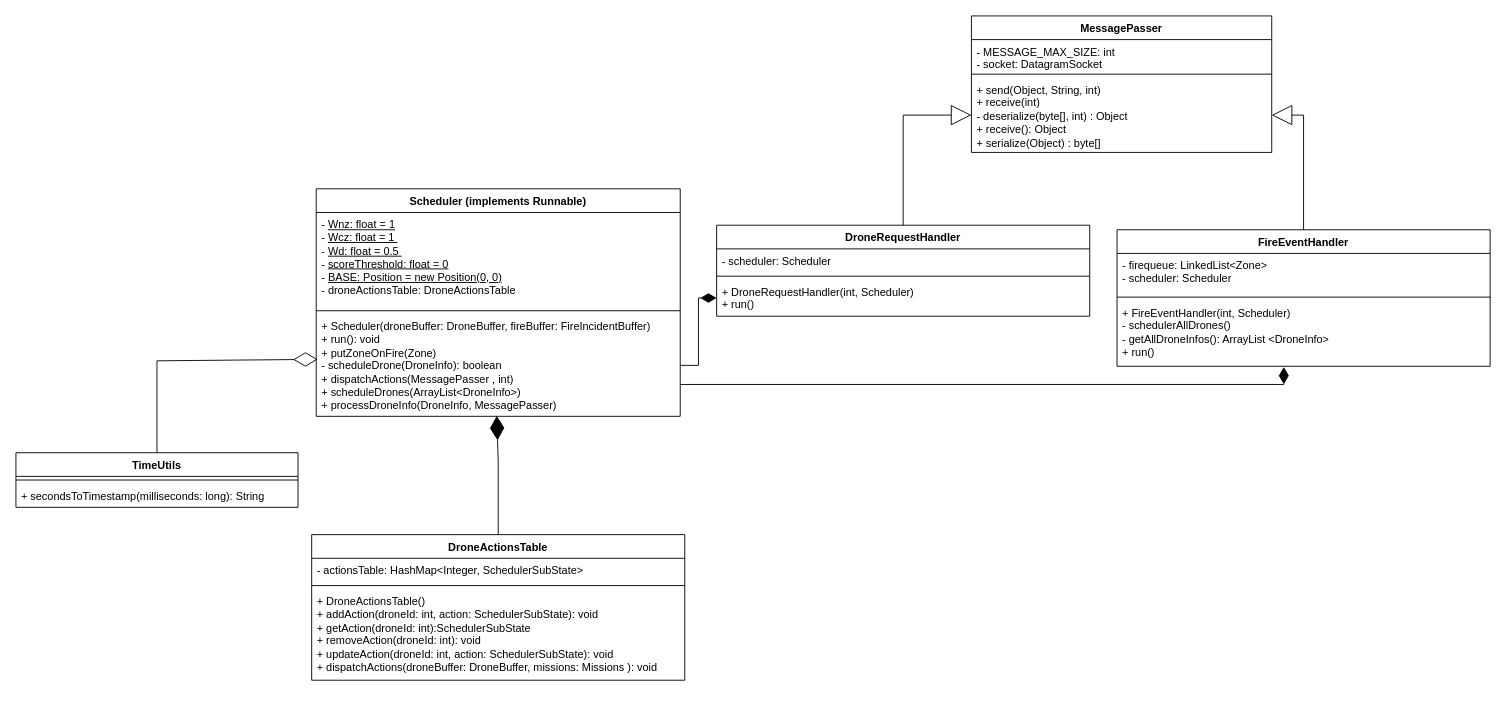
The draw.io diagram docs/UML_Class_Diagram_SchedulerSubsystem.drawio in hubertdang/fire-drone-swarm, before the edit. Source tidied: cells renumbered, new cells numbered last; positions are measured from the earlier drawing's top-left corner, leaving out a move shared by most shapes. Both pictures are drawn from the tidied source at 91%, with x=0, y=0 at pixel (15, 15).
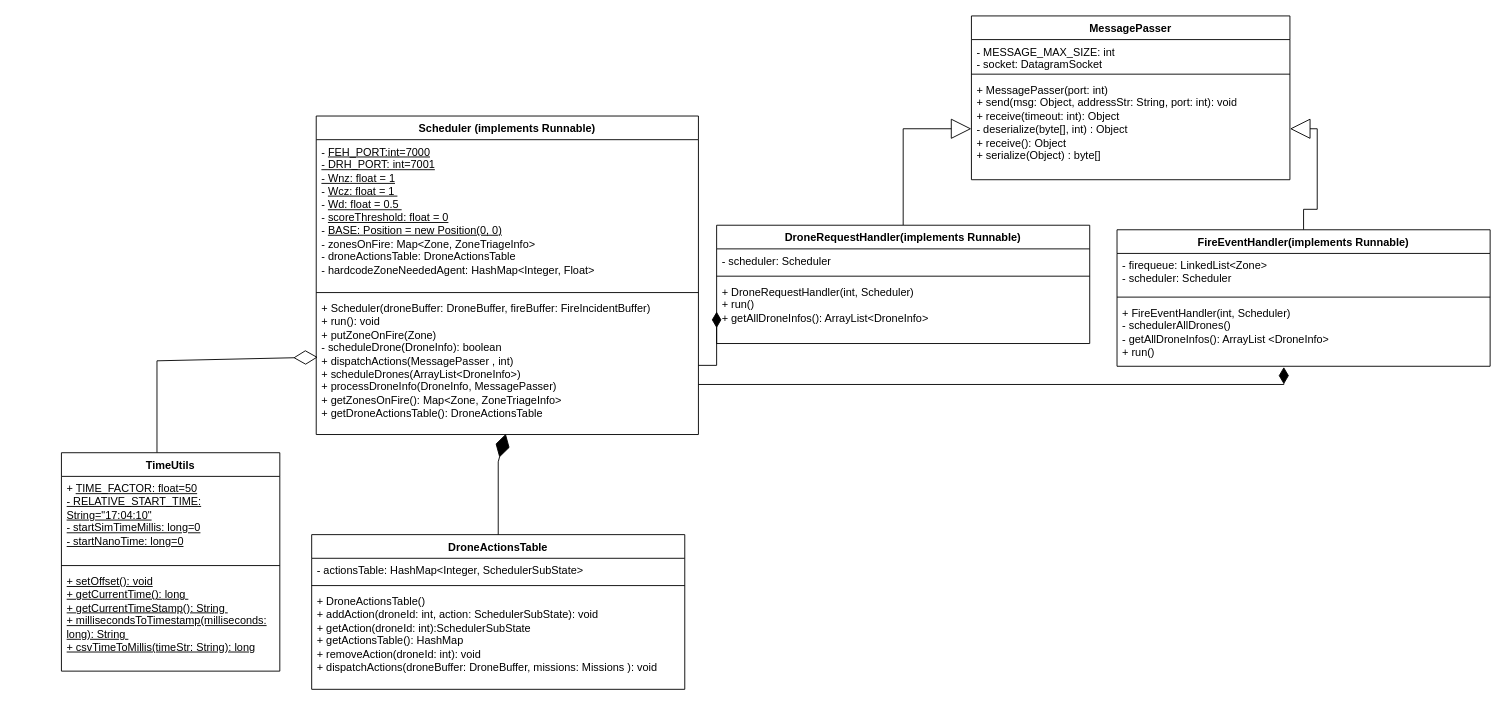
Above is the later version.

Change to the diagram source:
```diff
@@
     <mxCell id="2" value="Scheduler (implements Runnable)" style="swimlane;fontStyle=1;align=center;verticalAlign=top;horizontal=1;startSize=26;whiteSpace=wrap;html=1;" parent="1" vertex="1">
-      <mxGeometry x="330" y="190" width="400" height="250" as="geometry" />
+      <mxGeometry x="330" y="110" width="420" height="350" as="geometry" />
     </mxCell>
-    <mxCell id="3" value="&lt;div&gt;- &lt;u&gt;Wnz: float = 1&lt;/u&gt;&amp;nbsp;&lt;/div&gt;&lt;div&gt;- &lt;u&gt;Wcz: float = 1&amp;nbsp;&lt;/u&gt;&lt;/div&gt;&lt;div&gt;- &lt;u&gt;Wd: float = 0.5&amp;nbsp;&lt;/u&gt;&lt;/div&gt;&lt;div&gt;- &lt;u&gt;scoreThreshold: float = 0&lt;/u&gt;&lt;/div&gt;&lt;div&gt;&lt;span style=&quot;background-color: transparent; color: light-dark(rgb(0, 0, 0), rgb(255, 255, 255));&quot;&gt;- &lt;u&gt;BASE:&amp;nbsp;&lt;/u&gt;&lt;/span&gt;&lt;u style=&quot;background-color: transparent; color: light-dark(rgb(0, 0, 0), rgb(255, 255, 255));&quot;&gt;Position&lt;/u&gt;&lt;u style=&quot;background-color: transparent; color: light-dark(rgb(0, 0, 0), rgb(255, 255, 255));&quot;&gt;&amp;nbsp;= new Position(0, 0)&lt;/u&gt;&lt;/div&gt;&lt;div&gt;- droneActionsTable:&amp;nbsp;&lt;span style=&quot;background-color: transparent; color: light-dark(rgb(0, 0, 0), rgb(255, 255, 255));&quot;&gt;DroneActionsTable&lt;/span&gt;&lt;span style=&quot;background-color: transparent; color: light-dark(rgb(0, 0, 0), rgb(255, 255, 255));&quot;&gt;&amp;nbsp;&lt;/span&gt;&lt;/div&gt;&lt;div&gt;&lt;br&gt;&lt;/div&gt;" style="text;strokeColor=none;fillColor=none;align=left;verticalAlign=top;spacingLeft=4;spacingRight=4;overflow=hidden;whiteSpace=wrap;html=1;" parent="2" vertex="1">
-      <mxGeometry y="26" width="400" height="104" as="geometry" />
+    <mxCell id="3" value="&lt;div&gt;- &lt;u&gt;FEH_PORT:int=7000&lt;/u&gt;&lt;/div&gt;&lt;div&gt;&lt;u&gt;- DRH_PORT: int=7001&lt;/u&gt;&lt;/div&gt;&lt;div&gt;&lt;u&gt;- Wnz: float = 1&lt;/u&gt;&amp;nbsp;&lt;/div&gt;&lt;div&gt;- &lt;u&gt;Wcz: float = 1&amp;nbsp;&lt;/u&gt;&lt;/div&gt;&lt;div&gt;- &lt;u&gt;Wd: float = 0.5&amp;nbsp;&lt;/u&gt;&lt;/div&gt;&lt;div&gt;- &lt;u&gt;scoreThreshold: float = 0&lt;/u&gt;&lt;/div&gt;&lt;div&gt;&lt;span style=&quot;background-color: transparent; color: light-dark(rgb(0, 0, 0), rgb(255, 255, 255));&quot;&gt;- &lt;u&gt;BASE:&amp;nbsp;&lt;/u&gt;&lt;/span&gt;&lt;u style=&quot;background-color: transparent; color: light-dark(rgb(0, 0, 0), rgb(255, 255, 255));&quot;&gt;Position&lt;/u&gt;&lt;u style=&quot;background-color: transparent; color: light-dark(rgb(0, 0, 0), rgb(255, 255, 255));&quot;&gt;&amp;nbsp;= new Position(0, 0)&lt;/u&gt;&lt;/div&gt;&lt;div&gt;- zonesOnFire: Map&amp;lt;Zone, ZoneTriageInfo&amp;gt;&lt;/div&gt;&lt;div&gt;- droneActionsTable:&amp;nbsp;&lt;span style=&quot;background-color: transparent; color: light-dark(rgb(0, 0, 0), rgb(255, 255, 255));&quot;&gt;DroneActionsTable&lt;/span&gt;&lt;/div&gt;&lt;div&gt;&lt;span style=&quot;background-color: transparent; color: light-dark(rgb(0, 0, 0), rgb(255, 255, 255));&quot;&gt;- hardcodeZoneNeededAgent: HashMap&amp;lt;Integer, Float&amp;gt;&amp;nbsp;&lt;/span&gt;&lt;/div&gt;&lt;div&gt;&lt;br&gt;&lt;/div&gt;" style="text;strokeColor=none;fillColor=none;align=left;verticalAlign=top;spacingLeft=4;spacingRight=4;overflow=hidden;whiteSpace=wrap;html=1;" parent="2" vertex="1">
+      <mxGeometry y="26" width="420" height="164" as="geometry" />
     </mxCell>
     <mxCell id="4" style="line;strokeWidth=1;fillColor=none;align=left;verticalAlign=middle;spacingTop=-1;spacingLeft=3;spacingRight=3;labelPosition=right;strokeColor=inherit;" parent="2" vertex="1">
-      <mxGeometry y="130" width="400" height="8" as="geometry" />
+      <mxGeometry y="190" width="420" height="8" as="geometry" />
     </mxCell>
-    <mxCell id="5" value="+ Scheduler(droneBuffer: DroneBuffer, fireBuffer: FireIncidentBuffer)&lt;div&gt;+ run(): void&lt;/div&gt;&lt;div&gt;+ putZoneOnFire(Zone)&lt;/div&gt;&lt;div&gt;- scheduleDrone(DroneInfo): boolean&lt;/div&gt;&lt;div&gt;+ dispatchActions(MessagePasser , int)&lt;/div&gt;&lt;div&gt;+ scheduleDrones(ArrayList&amp;lt;DroneInfo&amp;gt;)&lt;/div&gt;&lt;div&gt;+ processDroneInfo(DroneInfo, MessagePasser)&lt;/div&gt;&lt;div&gt;&lt;br&gt;&lt;/div&gt;" style="text;strokeColor=none;fillColor=none;align=left;verticalAlign=top;spacingLeft=4;spacingRight=4;overflow=hidden;points=[[0,0.5],[1,0.5]];portConstraint=eastwest;whiteSpace=wrap;html=1;" parent="2" vertex="1">
-      <mxGeometry y="138" width="400" height="112" as="geometry" />
+    <mxCell id="5" value="+ Scheduler(droneBuffer: DroneBuffer, fireBuffer: FireIncidentBuffer)&lt;div&gt;+ run(): void&lt;/div&gt;&lt;div&gt;+ putZoneOnFire(Zone)&lt;/div&gt;&lt;div&gt;- scheduleDrone(DroneInfo): boolean&lt;/div&gt;&lt;div&gt;+ dispatchActions(MessagePasser , int)&lt;/div&gt;&lt;div&gt;+ scheduleDrones(ArrayList&amp;lt;DroneInfo&amp;gt;)&lt;/div&gt;&lt;div&gt;+ processDroneInfo(DroneInfo, MessagePasser)&lt;/div&gt;&lt;div&gt;+ getZonesOnFire(): Map&amp;lt;Zone, ZoneTriageInfo&amp;gt;&lt;/div&gt;&lt;div&gt;+ getDroneActionsTable(): DroneActionsTable&lt;/div&gt;&lt;div&gt;&lt;br&gt;&lt;/div&gt;" style="text;strokeColor=none;fillColor=none;align=left;verticalAlign=top;spacingLeft=4;spacingRight=4;overflow=hidden;points=[[0,0.5],[1,0.5]];portConstraint=eastwest;whiteSpace=wrap;html=1;" parent="2" vertex="1">
+      <mxGeometry y="198" width="420" height="152" as="geometry" />
     </mxCell>
     <mxCell id="6" value="DroneActionsTable" style="swimlane;fontStyle=1;align=center;verticalAlign=top;horizontal=1;startSize=26;whiteSpace=wrap;html=1;" parent="1" vertex="1">
-      <mxGeometry x="325" y="570" width="410" height="160" as="geometry" />
+      <mxGeometry x="325" y="570" width="410" height="170" as="geometry" />
     </mxCell>
@@
-    <mxCell id="9" value="+ DroneActionsTable()&lt;div&gt;+ addAction(droneId: int, action:&amp;nbsp;&lt;span style=&quot;background-color: transparent; color: light-dark(rgb(0, 0, 0), rgb(255, 255, 255));&quot;&gt;SchedulerSubState&lt;/span&gt;&lt;span style=&quot;background-color: transparent; color: light-dark(rgb(0, 0, 0), rgb(255, 255, 255));&quot;&gt;):&amp;nbsp;&lt;/span&gt;&lt;span style=&quot;background-color: transparent; color: light-dark(rgb(0, 0, 0), rgb(255, 255, 255));&quot;&gt;void&lt;/span&gt;&lt;span style=&quot;background-color: transparent; color: light-dark(rgb(0, 0, 0), rgb(255, 255, 255));&quot;&gt;&amp;nbsp;&lt;/span&gt;&lt;/div&gt;&lt;div&gt;&lt;span style=&quot;background-color: transparent;&quot;&gt;+ getAction(droneId: int):&lt;/span&gt;&lt;span style=&quot;background-color: transparent; color: light-dark(rgb(0, 0, 0), rgb(255, 255, 255));&quot;&gt;SchedulerSubState&lt;/span&gt;&lt;/div&gt;&lt;div&gt;&lt;span style=&quot;background-color: transparent;&quot;&gt;+ removeAction(droneId: int): void&lt;/span&gt;&lt;/div&gt;&lt;div&gt;&lt;span style=&quot;background-color: transparent;&quot;&gt;+ updateAction(droneId: int, action:&amp;nbsp;&lt;/span&gt;&lt;span style=&quot;background-color: transparent; color: light-dark(rgb(0, 0, 0), rgb(255, 255, 255));&quot;&gt;SchedulerSubState)&lt;/span&gt;&lt;span style=&quot;background-color: transparent; color: light-dark(rgb(0, 0, 0), rgb(255, 255, 255));&quot;&gt;:&amp;nbsp;&lt;/span&gt;&lt;span style=&quot;background-color: transparent; color: light-dark(rgb(0, 0, 0), rgb(255, 255, 255));&quot;&gt;void&lt;/span&gt;&lt;/div&gt;&lt;div&gt;&lt;span style=&quot;background-color: transparent;&quot;&gt;+ dispatchActions(droneBuffer:&amp;nbsp;&lt;/span&gt;&lt;span style=&quot;background-color: transparent; color: light-dark(rgb(0, 0, 0), rgb(255, 255, 255));&quot;&gt;DroneBuffer&lt;/span&gt;&lt;span style=&quot;background-color: transparent; color: light-dark(rgb(0, 0, 0), rgb(255, 255, 255));&quot;&gt;, missions:&amp;nbsp;&lt;/span&gt;&lt;span style=&quot;background-color: transparent; color: light-dark(rgb(0, 0, 0), rgb(255, 255, 255));&quot;&gt;Missions&lt;/span&gt;&lt;span style=&quot;background-color: transparent; color: light-dark(rgb(0, 0, 0), rgb(255, 255, 255));&quot;&gt;&amp;nbsp;&lt;/span&gt;&lt;span style=&quot;background-color: transparent; color: light-dark(rgb(0, 0, 0), rgb(255, 255, 255));&quot;&gt;): void&lt;/span&gt;&lt;/div&gt;" style="text;strokeColor=none;fillColor=none;align=left;verticalAlign=top;spacingLeft=4;spacingRight=4;overflow=hidden;whiteSpace=wrap;html=1;" parent="6" vertex="1">
-      <mxGeometry y="60" width="410" height="100" as="geometry" />
+    <mxCell id="9" value="+ DroneActionsTable()&lt;div&gt;+ addAction(droneId: int, action:&amp;nbsp;&lt;span style=&quot;background-color: transparent; color: light-dark(rgb(0, 0, 0), rgb(255, 255, 255));&quot;&gt;SchedulerSubState&lt;/span&gt;&lt;span style=&quot;background-color: transparent; color: light-dark(rgb(0, 0, 0), rgb(255, 255, 255));&quot;&gt;):&amp;nbsp;&lt;/span&gt;&lt;span style=&quot;background-color: transparent; color: light-dark(rgb(0, 0, 0), rgb(255, 255, 255));&quot;&gt;void&lt;/span&gt;&lt;span style=&quot;background-color: transparent; color: light-dark(rgb(0, 0, 0), rgb(255, 255, 255));&quot;&gt;&amp;nbsp;&lt;/span&gt;&lt;/div&gt;&lt;div&gt;&lt;span style=&quot;background-color: transparent;&quot;&gt;+ getAction(droneId: int):&lt;/span&gt;&lt;span style=&quot;background-color: transparent; color: light-dark(rgb(0, 0, 0), rgb(255, 255, 255));&quot;&gt;SchedulerSubState&lt;/span&gt;&lt;/div&gt;&lt;div&gt;&lt;span style=&quot;background-color: transparent; color: light-dark(rgb(0, 0, 0), rgb(255, 255, 255));&quot;&gt;+ getActionsTable(): HashMap&lt;/span&gt;&lt;/div&gt;&lt;div&gt;&lt;span style=&quot;background-color: transparent;&quot;&gt;+ removeAction(droneId: int): void&lt;/span&gt;&lt;/div&gt;&lt;div&gt;&lt;span style=&quot;background-color: transparent;&quot;&gt;+ dispatchActions(droneBuffer:&amp;nbsp;&lt;/span&gt;&lt;span style=&quot;background-color: transparent; color: light-dark(rgb(0, 0, 0), rgb(255, 255, 255));&quot;&gt;DroneBuffer&lt;/span&gt;&lt;span style=&quot;background-color: transparent; color: light-dark(rgb(0, 0, 0), rgb(255, 255, 255));&quot;&gt;, missions:&amp;nbsp;&lt;/span&gt;&lt;span style=&quot;background-color: transparent; color: light-dark(rgb(0, 0, 0), rgb(255, 255, 255));&quot;&gt;Missions&lt;/span&gt;&lt;span style=&quot;background-color: transparent; color: light-dark(rgb(0, 0, 0), rgb(255, 255, 255));&quot;&gt;&amp;nbsp;&lt;/span&gt;&lt;span style=&quot;background-color: transparent; color: light-dark(rgb(0, 0, 0), rgb(255, 255, 255));&quot;&gt;): void&lt;/span&gt;&lt;/div&gt;" style="text;strokeColor=none;fillColor=none;align=left;verticalAlign=top;spacingLeft=4;spacingRight=4;overflow=hidden;whiteSpace=wrap;html=1;" parent="6" vertex="1">
+      <mxGeometry y="60" width="410" height="110" as="geometry" />
     </mxCell>
@@
-    <mxCell id="11" value="TimeUtils&lt;div&gt;&lt;br&gt;&lt;/div&gt;" style="swimlane;fontStyle=1;align=center;verticalAlign=top;horizontal=1;startSize=26;whiteSpace=wrap;html=1;" parent="1" vertex="1">
-      <mxGeometry y="480" width="310" height="60" as="geometry" />
-    </mxCell>
-    <mxCell id="12" style="line;strokeWidth=1;fillColor=none;align=left;verticalAlign=middle;spacingTop=-1;spacingLeft=3;spacingRight=3;labelPosition=right;strokeColor=inherit;" parent="11" vertex="1">
-      <mxGeometry y="26" width="310" height="8" as="geometry" />
-    </mxCell>
-    <mxCell id="13" value="+ secondsToTimestamp(milliseconds: long): String" style="text;strokeColor=none;fillColor=none;align=left;verticalAlign=top;spacingLeft=4;spacingRight=4;overflow=hidden;whiteSpace=wrap;html=1;" parent="11" vertex="1">
-      <mxGeometry y="34" width="310" height="26" as="geometry" />
-    </mxCell>
-    <mxCell id="14" style="endArrow=diamondThin;endFill=0;endSize=24;html=1;rounded=0;entryX=0.004;entryY=0.441;entryDx=0;entryDy=0;exitX=0.5;exitY=0;exitDx=0;exitDy=0;entryPerimeter=0;" parent="1" edge="1" source="11" target="5">
+    <mxCell id="14" style="endArrow=diamondThin;endFill=0;endSize=24;html=1;rounded=0;entryX=0.004;entryY=0.441;entryDx=0;entryDy=0;exitX=0.5;exitY=0;exitDx=0;exitDy=0;entryPerimeter=0;" parent="1" edge="1" target="5">
       <mxGeometry relative="1" as="geometry">
+        <mxPoint x="155" y="480" as="sourcePoint" />
         <Array as="points">
           <mxPoint x="155" y="379" />
         </Array>
       </mxGeometry>
     </mxCell>
     <mxCell id="15" value="MessagePasser" style="swimlane;fontStyle=1;align=center;verticalAlign=top;horizontal=1;startSize=26;whiteSpace=wrap;html=1;" parent="1" vertex="1">
-      <mxGeometry x="1050" width="330" height="150" as="geometry" />
+      <mxGeometry x="1050" width="350" height="180" as="geometry" />
     </mxCell>
     <mxCell id="16" value="- MESSAGE_MAX_SIZE: int&lt;div&gt;- socket: DatagramSocket&lt;/div&gt;" style="text;strokeColor=none;fillColor=none;align=left;verticalAlign=top;spacingLeft=4;spacingRight=4;overflow=hidden;whiteSpace=wrap;html=1;" parent="15" vertex="1">
-      <mxGeometry y="26" width="330" height="34" as="geometry" />
+      <mxGeometry y="26" width="350" height="34" as="geometry" />
     </mxCell>
     <mxCell id="17" style="line;strokeWidth=1;fillColor=none;align=left;verticalAlign=middle;spacingTop=-1;spacingLeft=3;spacingRight=3;labelPosition=right;strokeColor=inherit;" parent="15" vertex="1">
-      <mxGeometry y="60" width="330" height="8" as="geometry" />
+      <mxGeometry y="60" width="350" height="8" as="geometry" />
     </mxCell>
-    <mxCell id="18" value="+ send(Object, String, int)&lt;div&gt;+ receive(int)&lt;/div&gt;&lt;div&gt;- deserialize(byte[], int) : Object&lt;/div&gt;&lt;div&gt;+ receive(): Object&lt;/div&gt;&lt;div&gt;+ serialize(Object) : byte[]&lt;/div&gt;&lt;div&gt;&lt;br&gt;&lt;/div&gt;" style="text;strokeColor=none;fillColor=none;align=left;verticalAlign=top;spacingLeft=4;spacingRight=4;overflow=hidden;points=[[0,0.5],[1,0.5]];portConstraint=eastwest;whiteSpace=wrap;html=1;" parent="15" vertex="1">
-      <mxGeometry y="68" width="330" height="82" as="geometry" />
+    <mxCell id="18" value="&lt;div&gt;+ MessagePasser(port: int)&lt;/div&gt;+ send(msg: Object, addressStr: String, port: int): void&lt;div&gt;+ receive(timeout: int): Object&lt;/div&gt;&lt;div&gt;- deserialize(byte[], int) : Object&lt;/div&gt;&lt;div&gt;+ receive(): Object&lt;/div&gt;&lt;div&gt;+ serialize(Object) : byte[]&lt;/div&gt;&lt;div&gt;&lt;br&gt;&lt;/div&gt;" style="text;strokeColor=none;fillColor=none;align=left;verticalAlign=top;spacingLeft=4;spacingRight=4;overflow=hidden;points=[[0,0.5],[1,0.5]];portConstraint=eastwest;whiteSpace=wrap;html=1;" parent="15" vertex="1">
+      <mxGeometry y="68" width="350" height="112" as="geometry" />
     </mxCell>
@@
-    <mxCell id="20" value="DroneRequestHandler" style="swimlane;fontStyle=1;align=center;verticalAlign=top;horizontal=1;startSize=26;whiteSpace=wrap;html=1;" parent="1" vertex="1">
-      <mxGeometry x="770" y="230" width="410" height="100" as="geometry" />
+    <mxCell id="20" value="DroneRequestHandler(implements Runnable)" style="swimlane;fontStyle=1;align=center;verticalAlign=top;horizontal=1;startSize=26;whiteSpace=wrap;html=1;" parent="1" vertex="1">
+      <mxGeometry x="770" y="230" width="410" height="130" as="geometry" />
     </mxCell>
@@
-    <mxCell id="23" value="+ DroneRequestHandler(int, Scheduler)&lt;div&gt;+ run()&lt;/div&gt;" style="text;strokeColor=none;fillColor=none;align=left;verticalAlign=top;spacingLeft=4;spacingRight=4;overflow=hidden;points=[[0,0.5],[1,0.5]];portConstraint=eastwest;whiteSpace=wrap;html=1;" parent="20" vertex="1">
-      <mxGeometry y="60" width="410" height="40" as="geometry" />
+    <mxCell id="23" value="+ DroneRequestHandler(int, Scheduler)&lt;div&gt;+ run()&lt;/div&gt;&lt;div&gt;+ getAllDroneInfos(): ArrayList&amp;lt;DroneInfo&amp;gt;&lt;/div&gt;" style="text;strokeColor=none;fillColor=none;align=left;verticalAlign=top;spacingLeft=4;spacingRight=4;overflow=hidden;points=[[0,0.5],[1,0.5]];portConstraint=eastwest;whiteSpace=wrap;html=1;" parent="20" vertex="1">
+      <mxGeometry y="60" width="410" height="70" as="geometry" />
     </mxCell>
@@
-    <mxCell id="25" value="FireEventHandler" style="swimlane;fontStyle=1;align=center;verticalAlign=top;horizontal=1;startSize=26;whiteSpace=wrap;html=1;" parent="1" vertex="1">
+    <mxCell id="25" value="FireEventHandler(implements Runnable)" style="swimlane;fontStyle=1;align=center;verticalAlign=top;horizontal=1;startSize=26;whiteSpace=wrap;html=1;" parent="1" vertex="1">
       <mxGeometry x="1210" y="235" width="410" height="150" as="geometry" />
     </mxCell>
@@
+    <mxCell id="11" value="TimeUtils" style="swimlane;fontStyle=1;align=center;verticalAlign=top;horizontal=1;startSize=26;whiteSpace=wrap;html=1;" parent="1" vertex="1">
+      <mxGeometry x="50" y="480" width="240" height="240" as="geometry" />
+    </mxCell>
+    <mxCell id="31" value="+ &lt;u&gt;TIME_FACTOR: float=50&lt;/u&gt;&lt;div&gt;&lt;u&gt;- RELATIVE_START_TIME: String=&quot;17:04:10&quot;&lt;/u&gt;&lt;/div&gt;&lt;div&gt;&lt;u&gt;- startSimTimeMillis: long=0&lt;/u&gt;&lt;/div&gt;&lt;div&gt;&lt;u&gt;- startNanoTime: long=0&lt;/u&gt;&lt;/div&gt;" style="text;strokeColor=none;fillColor=none;align=left;verticalAlign=top;spacingLeft=4;spacingRight=4;overflow=hidden;whiteSpace=wrap;html=1;" parent="11" vertex="1">
+      <mxGeometry y="26" width="240" height="94" as="geometry" />
+    </mxCell>
+    <mxCell id="32" style="line;strokeWidth=1;fillColor=none;align=left;verticalAlign=middle;spacingTop=-1;spacingLeft=3;spacingRight=3;labelPosition=right;strokeColor=inherit;" parent="11" vertex="1">
+      <mxGeometry y="120" width="240" height="8" as="geometry" />
+    </mxCell>
+    <mxCell id="33" value="&lt;u&gt;+ setOffset(): void&lt;/u&gt;&lt;div&gt;&lt;u&gt;+ getCurrentTime(): long&amp;nbsp;&lt;/u&gt;&lt;/div&gt;&lt;div&gt;&lt;u&gt;+ getCurrentTimeStamp(): String&amp;nbsp;&lt;/u&gt;&lt;/div&gt;&lt;div&gt;&lt;u&gt;+ millisecondsToTimestamp(milliseconds: long): String&amp;nbsp;&lt;/u&gt;&lt;/div&gt;&lt;div&gt;&lt;u&gt;+ csvTimeToMillis(timeStr: String): long&lt;/u&gt;&lt;/div&gt;&lt;div&gt;&lt;u&gt;&lt;br&gt;&lt;/u&gt;&lt;div&gt;&lt;u&gt;&lt;br&gt;&lt;/u&gt;&lt;/div&gt;&lt;/div&gt;" style="text;strokeColor=none;fillColor=none;align=left;verticalAlign=top;spacingLeft=4;spacingRight=4;overflow=hidden;whiteSpace=wrap;html=1;" parent="11" vertex="1">
+      <mxGeometry y="128" width="240" height="112" as="geometry" />
+    </mxCell>
```
